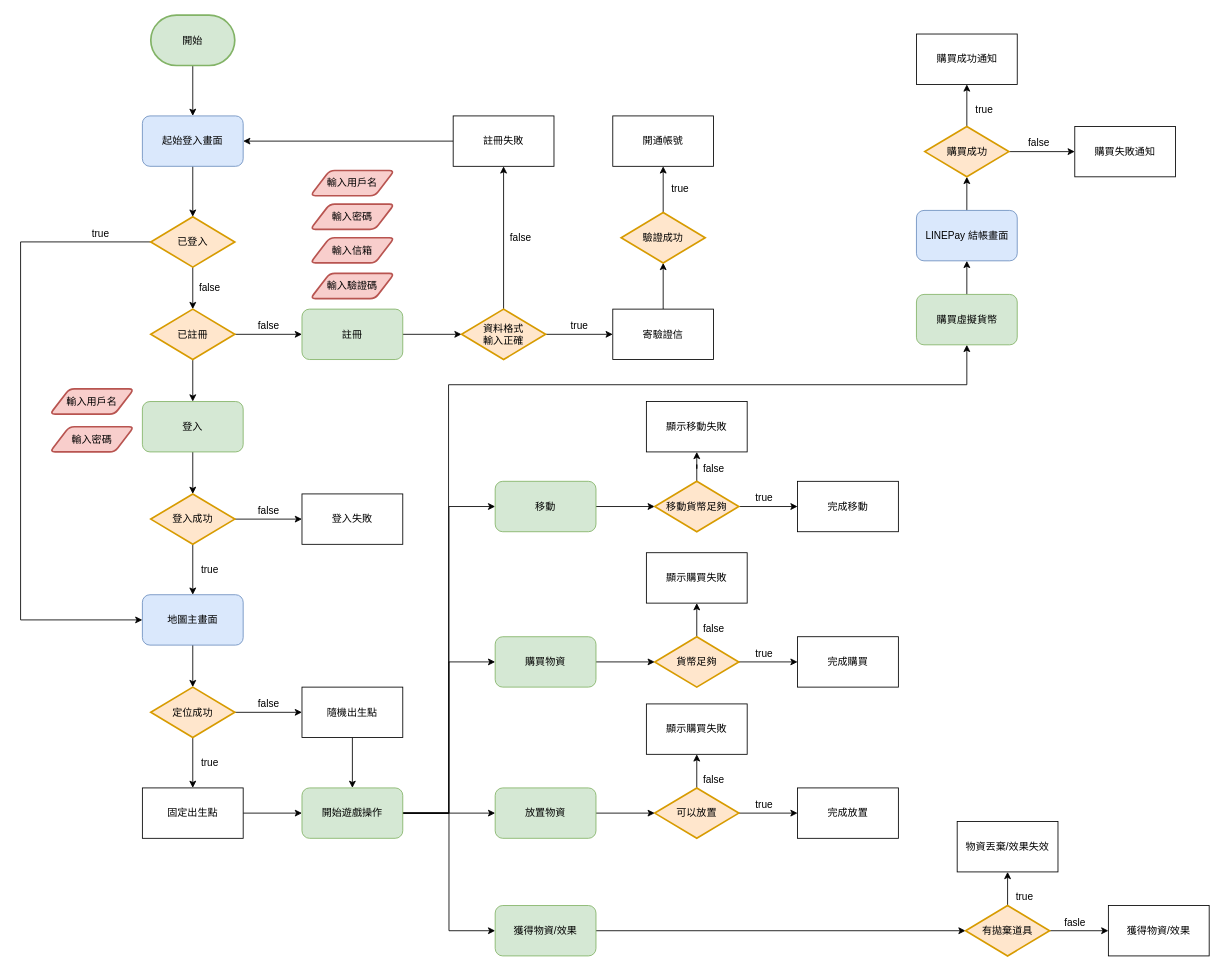
The draw.io diagram page "Flow Chart" (2 of 3) of uml.drawio in zhao1995chen/final-project-of-2020-training-class, before the edit. Source tidied: cells renumbered, new cells numbered last; positions are measured from the earlier drawing's top-left corner, leaving out a move shared by most shapes. Both pictures are drawn from the tidied source at 84%, with x=0, y=0 at pixel (20, 15).
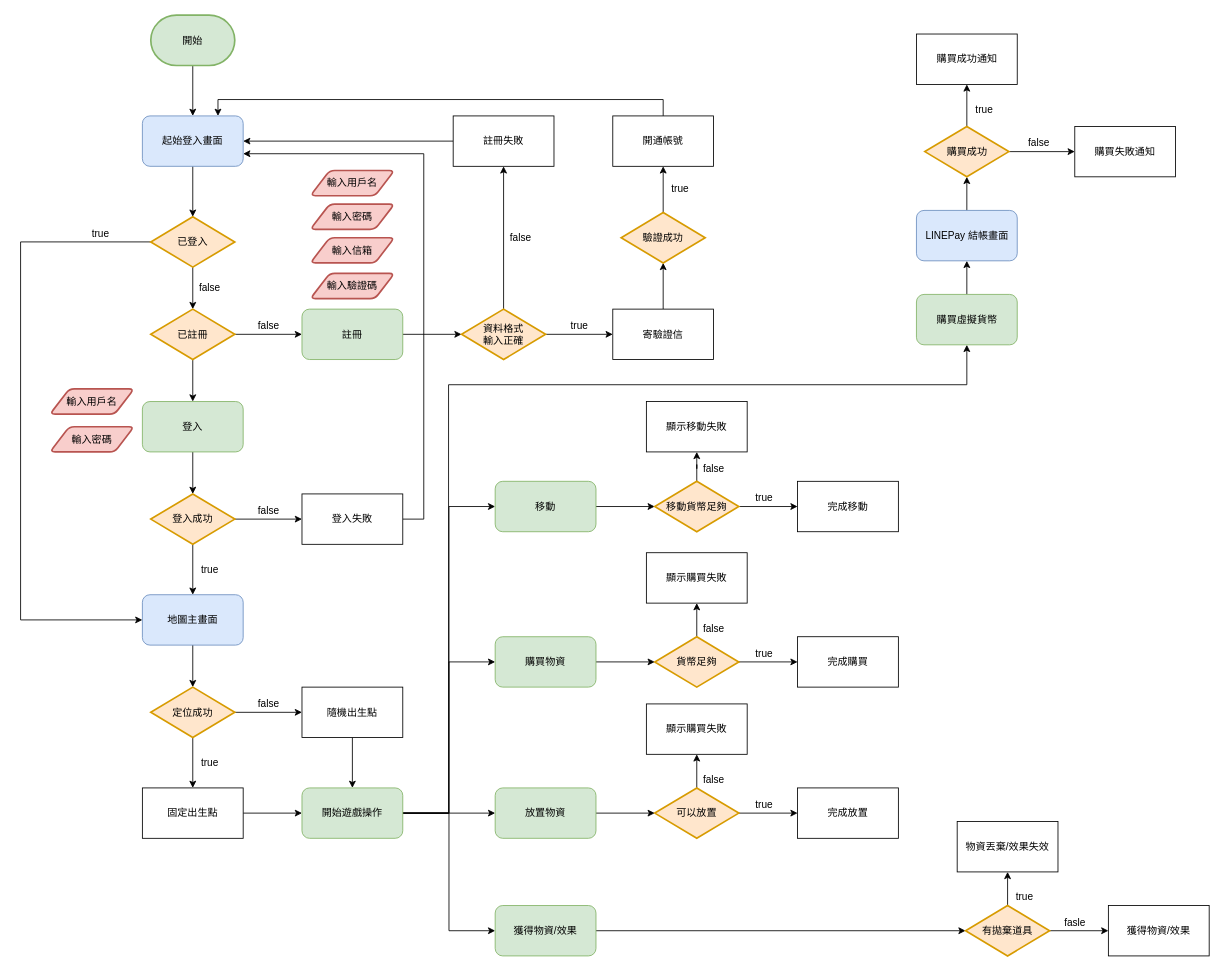
The same page after the edit.

Commit message (it also covers changes not shown here):
flow chart edited

Unchanged cells that the change refers to:
```xml
<mxCell id="12" value="起始登入畫面" style="rounded=1;whiteSpace=wrap;html=1;align=center;fillColor=#dae8fc;strokeColor=#6c8ebf;" parent="1" vertex="1">
  <mxGeometry x="145" y="119.5" width="120" height="60" as="geometry" />
</mxCell>
<mxCell id="29" value="&lt;span&gt;登入失敗&lt;/span&gt;" style="rounded=0;whiteSpace=wrap;html=1;align=center;fontStyle=0;" parent="1" vertex="1">
  <mxGeometry x="335" y="569.5" width="120" height="60" as="geometry" />
</mxCell>
<mxCell id="60" value="&lt;span&gt;開通帳號&lt;/span&gt;" style="rounded=0;whiteSpace=wrap;html=1;align=center;fontStyle=0;" parent="1" vertex="1">
  <mxGeometry x="705" y="119.5" width="120" height="60" as="geometry" />
</mxCell>
```

Change to the diagram source:
```diff
@@
+    <mxCell id="108" style="edgeStyle=orthogonalEdgeStyle;rounded=0;jettySize=auto;html=1;entryX=1;entryY=0.75;entryDx=0;entryDy=0;" parent="1" edge="1" source="29" target="12">
+      <mxGeometry relative="1" as="geometry">
+        <Array as="points">
+          <mxPoint x="480" y="600" />
+          <mxPoint x="480" y="165" />
+        </Array>
+      </mxGeometry>
+    </mxCell>
@@
+    <mxCell id="109" style="edgeStyle=orthogonalEdgeStyle;rounded=0;jettySize=auto;html=1;entryX=0.75;entryY=0;entryDx=0;entryDy=0;" parent="1" edge="1" source="60" target="12">
+      <mxGeometry relative="1" as="geometry">
+        <Array as="points">
+          <mxPoint x="765" y="100" />
+          <mxPoint x="235" y="100" />
+        </Array>
+      </mxGeometry>
+    </mxCell>
```
